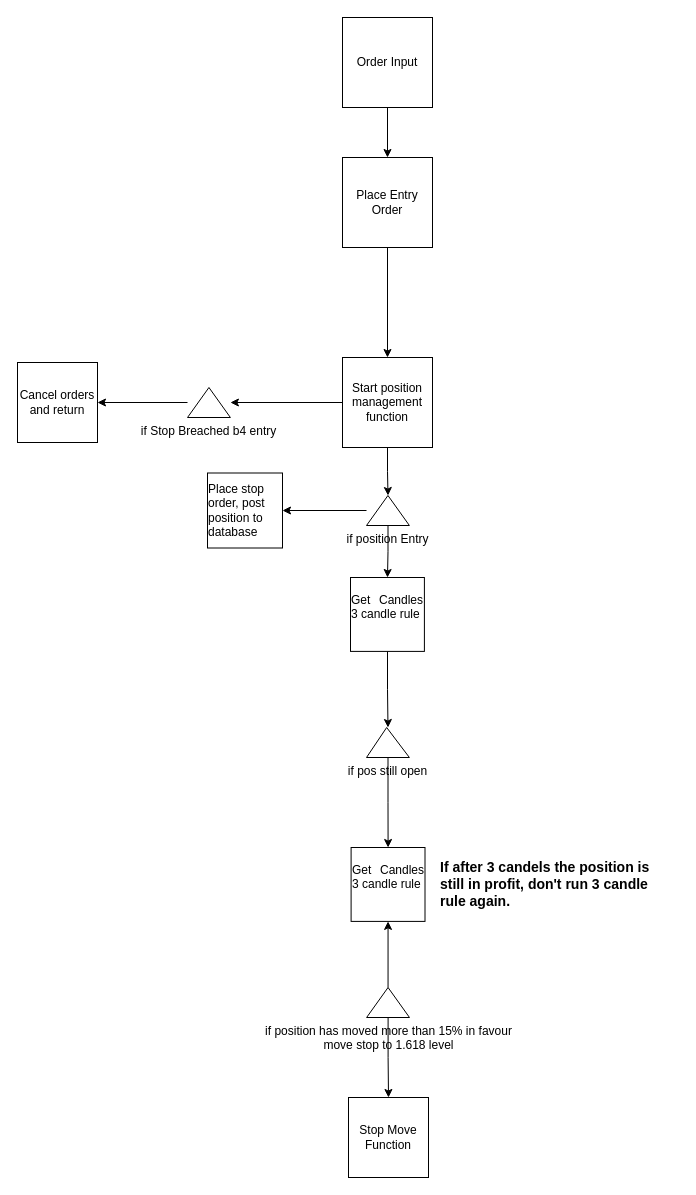
aharvey101/react-crypto-trader keeps this draw.io diagram as system.drawio. Above is the earlier version. Source tidied: cells renumbered, new cells numbered last; positions are measured from the earlier drawing's top-left corner, leaving out a move shared by most shapes. Both pictures are drawn from the tidied source at 100%, with x=0, y=0 at pixel (17, 17).
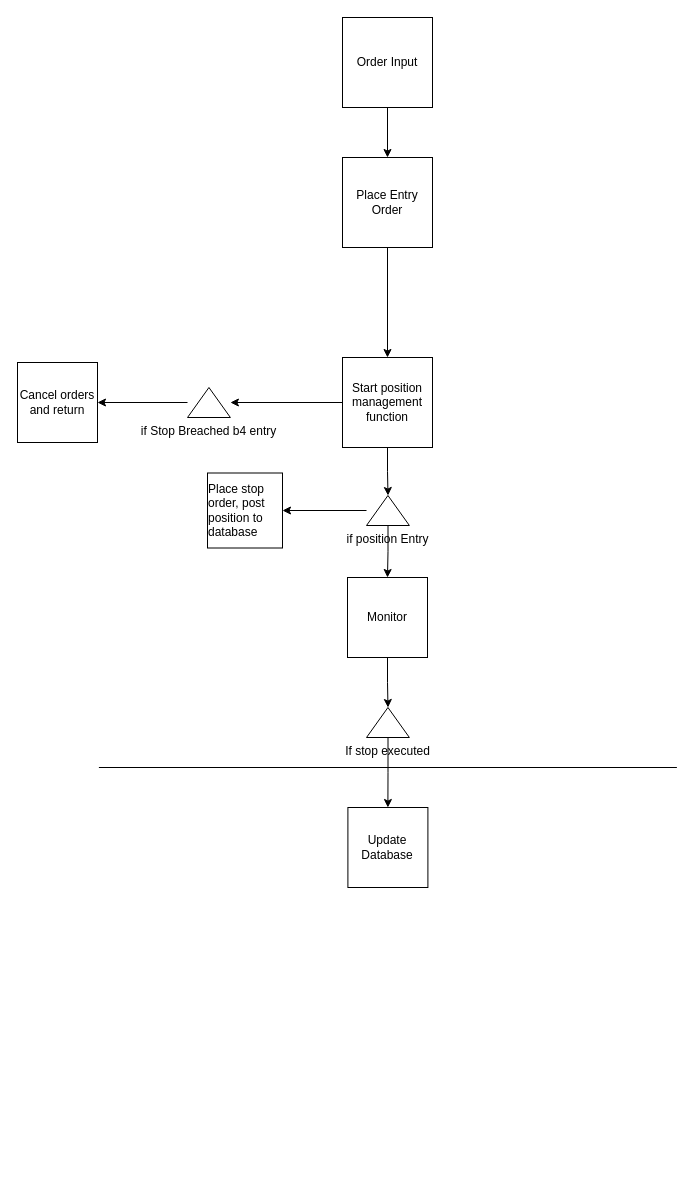
Above is the later version.

Commit message (it also covers changes not shown here):
rollback to exit on stop placement

The change refers to these unchanged cells:
```xml
<mxCell id="12" value="if position Entry" style="verticalLabelPosition=bottom;verticalAlign=top;html=1;shape=mxgraph.basic.acute_triangle;dx=0.5;" parent="1" vertex="1">
  <mxGeometry x="349" y="478" width="42.9" height="30" as="geometry" />
</mxCell>
```

Diff of the diagram source:
```diff
@@
-    <mxCell id="10" style="edgeStyle=orthogonalEdgeStyle;rounded=0;jettySize=auto;html=1;" parent="1" edge="1" source="12" target="16">
-      <mxGeometry relative="1" as="geometry" />
+    <mxCell id="10" style="edgeStyle=orthogonalEdgeStyle;rounded=0;jettySize=auto;html=1;" parent="1" edge="1" source="12">
+      <mxGeometry relative="1" as="geometry">
+        <mxPoint x="370" y="560" as="targetPoint" />
+      </mxGeometry>
     </mxCell>
@@
-    <mxCell id="16" value="&lt;div style=&quot;text-align: justify&quot;&gt;&lt;span&gt;G&lt;/span&gt;&lt;span&gt;et Candles 3 candle rule&lt;/span&gt;&lt;/div&gt;&lt;div style=&quot;text-align: justify&quot;&gt;&lt;span&gt;&lt;br&gt;&lt;/span&gt;&lt;/div&gt;" style="whiteSpace=wrap;html=1;" parent="1" vertex="1">
-      <mxGeometry x="333" y="560" width="73.9" height="73.9" as="geometry" />
-    </mxCell>
-    <mxCell id="17" value="&lt;div style=&quot;text-align: justify&quot;&gt;&lt;span&gt;G&lt;/span&gt;&lt;span&gt;et Candles 3 candle rule&lt;/span&gt;&lt;/div&gt;&lt;div style=&quot;text-align: justify&quot;&gt;&lt;span&gt;&lt;br&gt;&lt;/span&gt;&lt;/div&gt;" style="whiteSpace=wrap;html=1;" parent="1" vertex="1">
-      <mxGeometry x="333.6" y="830" width="73.9" height="73.9" as="geometry" />
-    </mxCell>
-    <mxCell id="18" style="edgeStyle=orthogonalEdgeStyle;rounded=0;jettySize=auto;html=1;" parent="1" edge="1" source="20" target="17">
-      <mxGeometry relative="1" as="geometry" />
-    </mxCell>
-    <mxCell id="19" style="edgeStyle=orthogonalEdgeStyle;rounded=0;jettySize=auto;html=1;" parent="1" edge="1" source="20" target="25">
-      <mxGeometry relative="1" as="geometry" />
-    </mxCell>
-    <mxCell id="20" value="if position has moved more than 15% in favour&lt;br&gt;move stop to 1.618 level" style="verticalLabelPosition=bottom;verticalAlign=top;html=1;shape=mxgraph.basic.acute_triangle;dx=0.5;" parent="1" vertex="1">
-      <mxGeometry x="349.1" y="970" width="42.9" height="30" as="geometry" />
-    </mxCell>
+    <mxCell id="26" style="edgeStyle=orthogonalEdgeStyle;rounded=0;jettySize=auto;html=1;" parent="1" edge="1" source="28" target="27">
+      <mxGeometry relative="1" as="geometry" />
+    </mxCell>
-    <mxCell id="21" style="edgeStyle=orthogonalEdgeStyle;rounded=0;jettySize=auto;html=1;" parent="1" edge="1" source="22" target="17">
-      <mxGeometry relative="1" as="geometry" />
+    <mxCell id="21" value="Monitor" style="whiteSpace=wrap;html=1;" parent="1" vertex="1">
+      <mxGeometry x="330" y="560" width="80" height="80" as="geometry" />
     </mxCell>
-    <mxCell id="22" value="if pos still open" style="verticalLabelPosition=bottom;verticalAlign=top;html=1;shape=mxgraph.basic.acute_triangle;dx=0.47;" parent="1" vertex="1">
-      <mxGeometry x="349" y="710" width="42.9" height="30" as="geometry" />
-    </mxCell>
-    <mxCell id="23" style="edgeStyle=orthogonalEdgeStyle;rounded=0;jettySize=auto;html=1;" parent="1" edge="1" source="16" target="22">
-      <mxGeometry relative="1" as="geometry" />
-    </mxCell>
-    <mxCell id="24" value="&lt;font style=&quot;font-size: 14px&quot;&gt;&lt;b&gt;If after 3 candels the position is still in profit, don't run 3 candle rule again.&lt;/b&gt;&lt;/font&gt;" style="text;html=1;strokeColor=none;fillColor=none;align=left;verticalAlign=middle;whiteSpace=wrap;rounded=0;" parent="1" vertex="1">
-      <mxGeometry x="420.6" y="857" width="220" height="20" as="geometry" />
-    </mxCell>
-    <mxCell id="25" value="Stop Move Function" style="whiteSpace=wrap;html=1;" parent="1" vertex="1">
-      <mxGeometry x="331" y="1080" width="80" height="80" as="geometry" />
-    </mxCell>
+    <mxCell id="27" value="Update Database" style="whiteSpace=wrap;html=1;" parent="1" vertex="1">
+      <mxGeometry x="330.4" y="790" width="80" height="80" as="geometry" />
+    </mxCell>
+    <mxCell id="28" value="If stop executed&lt;br&gt;" style="verticalLabelPosition=bottom;verticalAlign=top;html=1;shape=mxgraph.basic.acute_triangle;dx=0.5;" parent="1" vertex="1">
+      <mxGeometry x="349" y="690" width="42.9" height="30" as="geometry" />
+    </mxCell>
+    <mxCell id="29" style="edgeStyle=orthogonalEdgeStyle;rounded=0;jettySize=auto;html=1;" parent="1" edge="1" source="21" target="28">
+      <mxGeometry relative="1" as="geometry" />
+    </mxCell>
+    <mxCell id="30" style="endArrow=none;html=1;" parent="1" edge="1">
+      <mxGeometry relative="1" as="geometry">
+        <mxPoint x="81.4" y="750" as="sourcePoint" />
+        <mxPoint x="659.4" y="750" as="targetPoint" />
+      </mxGeometry>
+    </mxCell>
```
